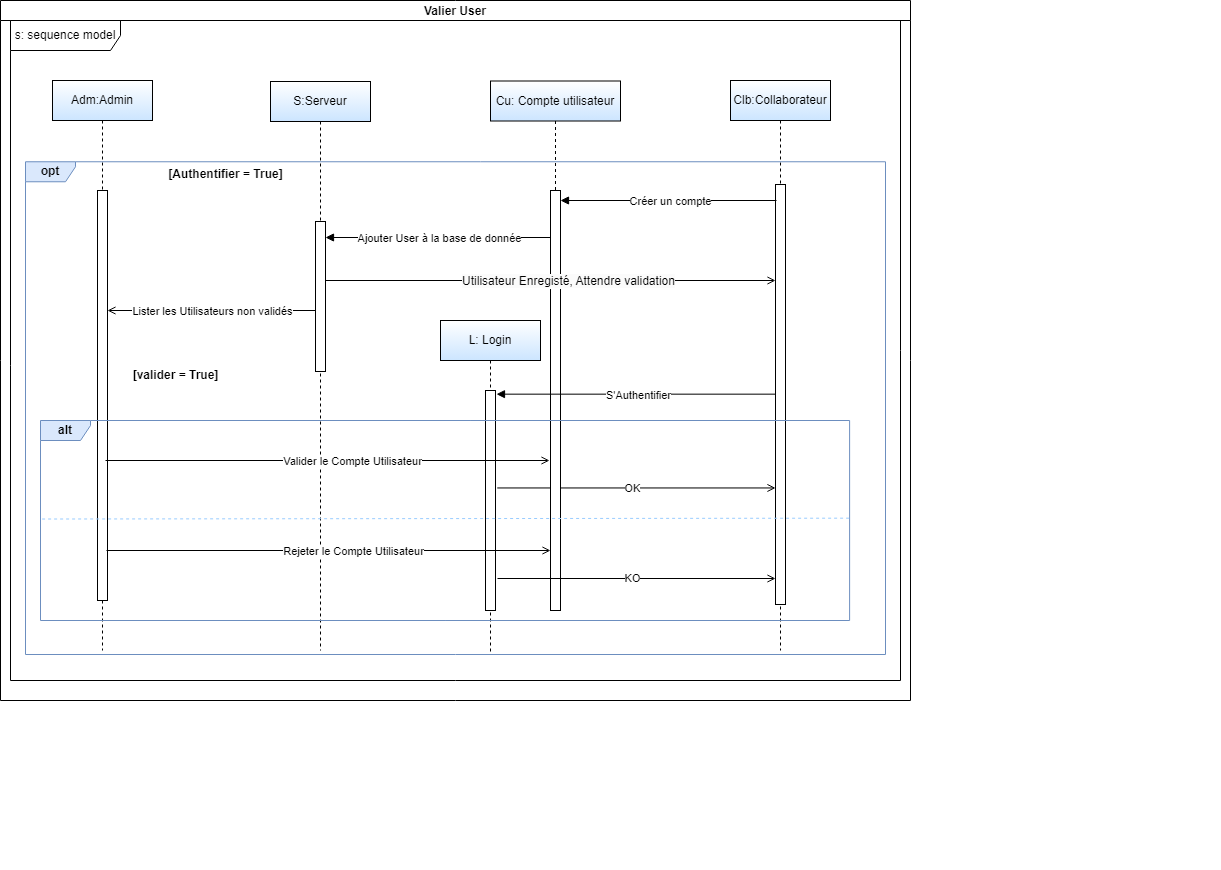
The draw.io diagram ValiderUser.drawio.png in BARIGOU-Imane/Gestion-des-Ordres-de-Mission, before a commit. Source tidied: cells renumbered, new cells last; positions are measured from the earlier drawing's top-left corner, leaving out a move shared by most shapes. The source it was exported from:
```xml
<mxGraphModel>
  <root>
    <mxCell id="0" />
    <mxCell id="1" parent="0" />
    <mxCell id="2" value="Adm:Admin" style="shape=umlLifeline;perimeter=lifelinePerimeter;whiteSpace=wrap;html=1;newEdgeStyle={&quot;edgeStyle&quot;:&quot;elbowEdgeStyle&quot;,&quot;elbow&quot;:&quot;vertical&quot;,&quot;curved&quot;:0,&quot;rounded&quot;:0};fillColor=default;strokeColor=#000000;gradientColor=#CCE5FF;" parent="1" vertex="1">
      <mxGeometry x="52" y="80" width="100" height="570" as="geometry" />
    </mxCell>
    <mxCell id="3" style="html=1;perimeter=orthogonalPerimeter;targetShapes=umlLifeline;newEdgeStyle={&quot;edgeStyle&quot;:&quot;elbowEdgeStyle&quot;,&quot;elbow&quot;:&quot;vertical&quot;,&quot;curved&quot;:0,&quot;rounded&quot;:0};" parent="2" vertex="1">
      <mxGeometry x="45" y="110" width="10" height="410" as="geometry" />
    </mxCell>
    <mxCell id="4" value="Clb:Collaborateur" style="shape=umlLifeline;perimeter=lifelinePerimeter;whiteSpace=wrap;html=1;newEdgeStyle={&quot;edgeStyle&quot;:&quot;elbowEdgeStyle&quot;,&quot;elbow&quot;:&quot;vertical&quot;,&quot;curved&quot;:0,&quot;rounded&quot;:0};gradientColor=#CCE5FF;" parent="1" vertex="1">
      <mxGeometry x="730" y="80" width="100" height="570" as="geometry" />
    </mxCell>
    <mxCell id="5" style="group;fillColor=none;" parent="1" vertex="1">
      <mxGeometry x="25" y="164" width="1195" height="705" as="geometry" />
    </mxCell>
    <mxCell id="6" value="&lt;b&gt;opt&lt;/b&gt;" style="shape=umlFrame;whiteSpace=wrap;html=1;width=50;height=20;fillColor=#dae8fc;strokeColor=#6c8ebf;" parent="5" vertex="1">
      <mxGeometry y="-2.7" width="860" height="492.7" as="geometry" />
    </mxCell>
    <mxCell id="7" value="&lt;b&gt;[Authentifier = True]&lt;/b&gt;" style="text;html=1;align=center;verticalAlign=middle;strokeColor=none;fillColor=none;" parent="5" vertex="1">
      <mxGeometry x="130" y="-5" width="140" height="30" as="geometry" />
    </mxCell>
    <mxCell id="8" value="&lt;span style=&quot;color: rgba(0, 0, 0, 0); font-family: monospace; font-size: 0px; text-align: start;&quot;&gt;%3CmxGraphModel%3E%3Croot%3E%3CmxCell%20id%3D%220%22%2F%3E%3CmxCell%20id%3D%221%22%20parent%3D%220%22%2F%3E%3CmxCell%20id%3D%222%22%20value%3D%22CreerOm(NumBcGenere%20%2C%20NumOm)%22%20style%3D%22html%3D1%3BverticalAlign%3Dbottom%3BendArrow%3Dblock%3BedgeStyle%3DelbowEdgeStyle%3Belbow%3Dhorizontal%3Bcurved%3D0%3Brounded%3D0%3BentryX%3D0.491%3BentryY%3D0.057%3BentryDx%3D0%3BentryDy%3D0%3BentryPerimeter%3D0%3B%22%20edge%3D%221%22%20parent%3D%221%22%3E%3CmxGeometry%20x%3D%22-0.0344%22%20y%3D%22-10%22%20relative%3D%221%22%20as%3D%22geometry%22%3E%3CmxPoint%20x%3D%22100%22%20y%3D%22380%22%20as%3D%22sourcePoint%22%2F%3E%3CArray%20as%3D%22points%22%3E%3CmxPoint%20x%3D%22200.4207317073171%22%20y%3D%22379.5875%22%2F%3E%3C%2FArray%3E%3CmxPoint%20x%3D%22534.9983799999998%22%20y%3D%22379.98737000000006%22%20as%3D%22targetPoint%22%2F%3E%3CmxPoint%20as%3D%22offset%22%2F%3E%3C%2FmxGeometry%3E%3C%2FmxCell%3E%3C%2Froot%3E%3C%2FmxGraphModel%3E&lt;/span&gt;" style="html=1;points=[];perimeter=orthogonalPerimeter;outlineConnect=0;targetShapes=umlLifeline;portConstraint=eastwest;newEdgeStyle={&quot;edgeStyle&quot;:&quot;elbowEdgeStyle&quot;,&quot;elbow&quot;:&quot;vertical&quot;,&quot;curved&quot;:0,&quot;rounded&quot;:0};" parent="5" vertex="1">
      <mxGeometry x="750" y="20" width="10" height="420" as="geometry" />
    </mxCell>
    <mxCell id="9" value="Créer un compte" style="html=1;verticalAlign=bottom;endArrow=block;edgeStyle=elbowEdgeStyle;elbow=horizontal;curved=0;rounded=0;" parent="5" edge="1">
      <mxGeometry x="-0.02" y="10" relative="1" as="geometry">
        <mxPoint x="751" y="36" as="sourcePoint" />
        <mxPoint x="535" y="36" as="targetPoint" />
      </mxGeometry>
    </mxCell>
    <mxCell id="10" value="L: Login" style="shape=umlLifeline;perimeter=lifelinePerimeter;whiteSpace=wrap;html=1;newEdgeStyle={&quot;edgeStyle&quot;:&quot;elbowEdgeStyle&quot;,&quot;elbow&quot;:&quot;vertical&quot;,&quot;curved&quot;:0,&quot;rounded&quot;:0};gradientColor=#CCE5FF;" parent="5" vertex="1">
      <mxGeometry x="415" y="156" width="100" height="334" as="geometry" />
    </mxCell>
    <mxCell id="11" style="html=1;points=[];perimeter=orthogonalPerimeter;outlineConnect=0;targetShapes=umlLifeline;portConstraint=eastwest;newEdgeStyle={&quot;edgeStyle&quot;:&quot;elbowEdgeStyle&quot;,&quot;elbow&quot;:&quot;vertical&quot;,&quot;curved&quot;:0,&quot;rounded&quot;:0};" parent="10" vertex="1">
      <mxGeometry x="45" y="70" width="10" height="220" as="geometry" />
    </mxCell>
    <mxCell id="12" value="&lt;b&gt;[valider = True]&lt;/b&gt;" style="text;html=1;align=center;verticalAlign=middle;strokeColor=none;fillColor=none;" parent="5" vertex="1">
      <mxGeometry x="95" y="196" width="110" height="30" as="geometry" />
    </mxCell>
    <mxCell id="13" style="endArrow=open;endFill=1;html=1;rounded=0;exitX=1.175;exitY=0.443;exitDx=0;exitDy=0;exitPerimeter=0;" parent="5" edge="1" source="11" target="8">
      <mxGeometry relative="1" as="geometry" />
    </mxCell>
    <mxCell id="14" value="OK" style="edgeLabel;html=1;align=center;verticalAlign=middle;" parent="13" vertex="1">
      <mxGeometry x="-0.05" relative="1" as="geometry">
        <mxPoint x="2" as="offset" />
      </mxGeometry>
    </mxCell>
    <mxCell id="15" value="S:Serveur" style="shape=umlLifeline;perimeter=lifelinePerimeter;whiteSpace=wrap;html=1;newEdgeStyle={&quot;edgeStyle&quot;:&quot;elbowEdgeStyle&quot;,&quot;elbow&quot;:&quot;vertical&quot;,&quot;curved&quot;:0,&quot;rounded&quot;:0};gradientColor=#CCE5FF;" parent="1" vertex="1">
      <mxGeometry x="270" y="81" width="100" height="569" as="geometry" />
    </mxCell>
    <mxCell id="16" style="html=1;points=[];perimeter=orthogonalPerimeter;outlineConnect=0;targetShapes=umlLifeline;portConstraint=eastwest;newEdgeStyle={&quot;edgeStyle&quot;:&quot;elbowEdgeStyle&quot;,&quot;elbow&quot;:&quot;vertical&quot;,&quot;curved&quot;:0,&quot;rounded&quot;:0};" parent="15" vertex="1">
      <mxGeometry x="45" y="140" width="10" height="150" as="geometry" />
    </mxCell>
    <mxCell id="17" value="Cu: Compte utilisateur" style="shape=umlLifeline;perimeter=lifelinePerimeter;whiteSpace=wrap;html=1;newEdgeStyle={&quot;edgeStyle&quot;:&quot;elbowEdgeStyle&quot;,&quot;elbow&quot;:&quot;vertical&quot;,&quot;curved&quot;:0,&quot;rounded&quot;:0};gradientColor=#CCE5FF;" parent="1" vertex="1">
      <mxGeometry x="490" y="80.5" width="130" height="529.5" as="geometry" />
    </mxCell>
    <mxCell id="18" value="&lt;span style=&quot;color: rgba(0, 0, 0, 0); font-family: monospace; font-size: 0px; text-align: start;&quot;&gt;%3CmxGraphModel%3E%3Croot%3E%3CmxCell%20id%3D%220%22%2F%3E%3CmxCell%20id%3D%221%22%20parent%3D%220%22%2F%3E%3CmxCell%20id%3D%222%22%20value%3D%22CreerOm(NumBcGenere%20%2C%20NumOm)%22%20style%3D%22html%3D1%3BverticalAlign%3Dbottom%3BendArrow%3Dblock%3BedgeStyle%3DelbowEdgeStyle%3Belbow%3Dhorizontal%3Bcurved%3D0%3Brounded%3D0%3BentryX%3D0.491%3BentryY%3D0.057%3BentryDx%3D0%3BentryDy%3D0%3BentryPerimeter%3D0%3B%22%20edge%3D%221%22%20parent%3D%221%22%3E%3CmxGeometry%20x%3D%22-0.0344%22%20y%3D%22-10%22%20relative%3D%221%22%20as%3D%22geometry%22%3E%3CmxPoint%20x%3D%22100%22%20y%3D%22380%22%20as%3D%22sourcePoint%22%2F%3E%3CArray%20as%3D%22points%22%3E%3CmxPoint%20x%3D%22200.4207317073171%22%20y%3D%22379.5875%22%2F%3E%3C%2FArray%3E%3CmxPoint%20x%3D%22534.9983799999998%22%20y%3D%22379.98737000000006%22%20as%3D%22targetPoint%22%2F%3E%3CmxPoint%20as%3D%22offset%22%2F%3E%3C%2FmxGeometry%3E%3C%2FmxCell%3E%3C%2Froot%3E%3C%2FmxGraphModel%3E&lt;/span&gt;" style="html=1;perimeter=orthogonalPerimeter;targetShapes=umlLifeline;newEdgeStyle={&quot;edgeStyle&quot;:&quot;elbowEdgeStyle&quot;,&quot;elbow&quot;:&quot;vertical&quot;,&quot;curved&quot;:0,&quot;rounded&quot;:0};" parent="17" vertex="1">
      <mxGeometry x="60" y="109.5" width="10" height="420" as="geometry" />
    </mxCell>
    <mxCell id="19" style="endArrow=open;endFill=1;html=1;rounded=0;" parent="1" edge="1" source="16">
      <mxGeometry relative="1" as="geometry">
        <mxPoint x="107" y="310" as="targetPoint" />
      </mxGeometry>
    </mxCell>
    <mxCell id="20" value="Lister les Utilisateurs non validés" style="edgeLabel;html=1;align=center;verticalAlign=middle;" parent="19" vertex="1">
      <mxGeometry x="0.07" relative="1" as="geometry">
        <mxPoint x="8" y="1" as="offset" />
      </mxGeometry>
    </mxCell>
    <mxCell id="21" style="endArrow=open;endFill=1;html=1;rounded=0;" parent="1" edge="1">
      <mxGeometry relative="1" as="geometry">
        <mxPoint x="105" y="460" as="sourcePoint" />
        <mxPoint x="549" y="460" as="targetPoint" />
      </mxGeometry>
    </mxCell>
    <mxCell id="22" value="Valider le Compte Utilisateur" style="edgeLabel;html=1;align=center;verticalAlign=middle;" parent="21" vertex="1">
      <mxGeometry x="0.07" relative="1" as="geometry">
        <mxPoint x="8" y="1" as="offset" />
      </mxGeometry>
    </mxCell>
    <mxCell id="23" value="Valier User" style="swimlane;startSize=20;" parent="1" vertex="1">
      <mxGeometry width="910" height="700" as="geometry" />
    </mxCell>
    <mxCell id="24" value="s: sequence model" style="shape=umlFrame;whiteSpace=wrap;html=1;width=110;height=30;" parent="23" vertex="1">
      <mxGeometry x="10" y="20" width="890" height="660" as="geometry" />
    </mxCell>
    <mxCell id="25" style="endArrow=open;endFill=1;html=1;rounded=0;" parent="23" edge="1" target="8">
      <mxGeometry relative="1" as="geometry">
        <mxPoint x="325" y="280" as="sourcePoint" />
      </mxGeometry>
    </mxCell>
    <mxCell id="26" value="&lt;span style=&quot;font-size: 12px; background-color: rgb(251, 251, 251);&quot;&gt;Utilisateur Enregisté, Attendre validation&lt;/span&gt;" style="edgeLabel;html=1;align=center;verticalAlign=middle;" parent="25" vertex="1">
      <mxGeometry x="0.08" y="-1" relative="1" as="geometry" />
    </mxCell>
    <mxCell id="27" value="S'Authentifier" style="html=1;verticalAlign=bottom;endArrow=block;edgeStyle=elbowEdgeStyle;elbow=vertical;curved=0;rounded=0;" parent="23" edge="1" source="8">
      <mxGeometry x="-0.02" y="10" relative="1" as="geometry">
        <mxPoint x="496" y="394" as="targetPoint" />
      </mxGeometry>
    </mxCell>
    <mxCell id="28" value="Ajouter User à la base de donnée" style="html=1;verticalAlign=bottom;endArrow=block;edgeStyle=elbowEdgeStyle;elbow=horizontal;curved=0;rounded=0;" parent="1" edge="1">
      <mxGeometry x="-0.02" y="10" relative="1" as="geometry">
        <mxPoint x="550" y="237" as="sourcePoint" />
        <mxPoint x="325" y="237" as="targetPoint" />
      </mxGeometry>
    </mxCell>
    <mxCell id="29" style="group;" parent="1" vertex="1">
      <mxGeometry x="40" y="420" width="811.5" height="200" as="geometry" />
    </mxCell>
    <mxCell id="30" value="&lt;b&gt;alt&lt;/b&gt;" style="shape=umlFrame;whiteSpace=wrap;html=1;width=50;height=20;fillColor=#dae8fc;strokeColor=#6c8ebf;" parent="29" vertex="1">
      <mxGeometry width="809.1" height="200" as="geometry" />
    </mxCell>
    <mxCell id="31" style="endArrow=none;dashed=1;html=1;rounded=0;exitX=0.002;exitY=0.399;exitDx=0;exitDy=0;exitPerimeter=0;entryX=1.003;entryY=0.394;entryDx=0;entryDy=0;entryPerimeter=0;strokeColor=#99CCFF;" parent="29" edge="1">
      <mxGeometry relative="1" as="geometry">
        <mxPoint x="1.6" y="98.5" as="sourcePoint" />
        <mxPoint x="811.5" y="97.7" as="targetPoint" />
      </mxGeometry>
    </mxCell>
    <mxCell id="32" style="endArrow=open;endFill=1;html=1;rounded=0;" parent="29" edge="1">
      <mxGeometry relative="1" as="geometry">
        <mxPoint x="66" y="130" as="sourcePoint" />
        <mxPoint x="510" y="130" as="targetPoint" />
      </mxGeometry>
    </mxCell>
    <mxCell id="33" value="Rejeter le Compte Utilisateur" style="edgeLabel;html=1;align=center;verticalAlign=middle;" parent="32" vertex="1">
      <mxGeometry x="0.07" relative="1" as="geometry">
        <mxPoint x="8" y="1" as="offset" />
      </mxGeometry>
    </mxCell>
    <mxCell id="34" style="endArrow=open;endFill=1;html=1;rounded=0;exitX=1.175;exitY=0.443;exitDx=0;exitDy=0;exitPerimeter=0;" parent="29" edge="1">
      <mxGeometry relative="1" as="geometry">
        <mxPoint x="457" y="158" as="sourcePoint" />
        <mxPoint x="735" y="158" as="targetPoint" />
      </mxGeometry>
    </mxCell>
    <mxCell id="35" value="KO" style="edgeLabel;html=1;align=center;verticalAlign=middle;" parent="34" vertex="1">
      <mxGeometry x="-0.05" relative="1" as="geometry">
        <mxPoint x="2" as="offset" />
      </mxGeometry>
    </mxCell>
  </root>
</mxGraphModel>
```
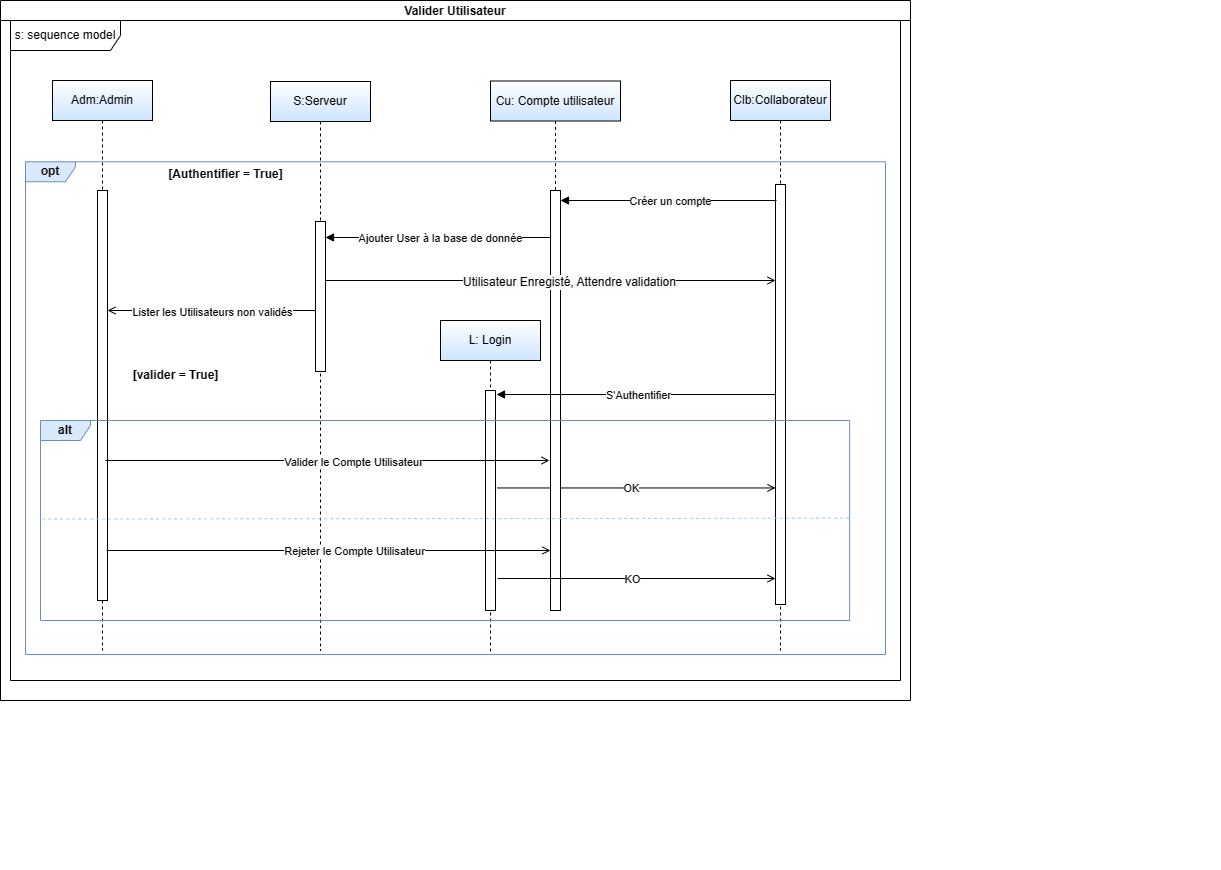
The same diagram one commit later.

Commit message:
Mettre à jour ValiderUser.drawio.png

The edit, as a diff of the source:
```diff
@@ -79,7 +79,7 @@
         <mxPoint x="8" y="1" as="offset" />
       </mxGeometry>
     </mxCell>
-    <mxCell id="23" value="Valier User" style="swimlane;startSize=20;" parent="1" vertex="1">
+    <mxCell id="23" value="Valider Utilisateur" style="swimlane;startSize=20;" parent="1" vertex="1">
       <mxGeometry width="910" height="700" as="geometry" />
     </mxCell>
     <mxCell id="24" value="s: sequence model" style="shape=umlFrame;whiteSpace=wrap;html=1;width=110;height=30;" parent="23" vertex="1">
```
